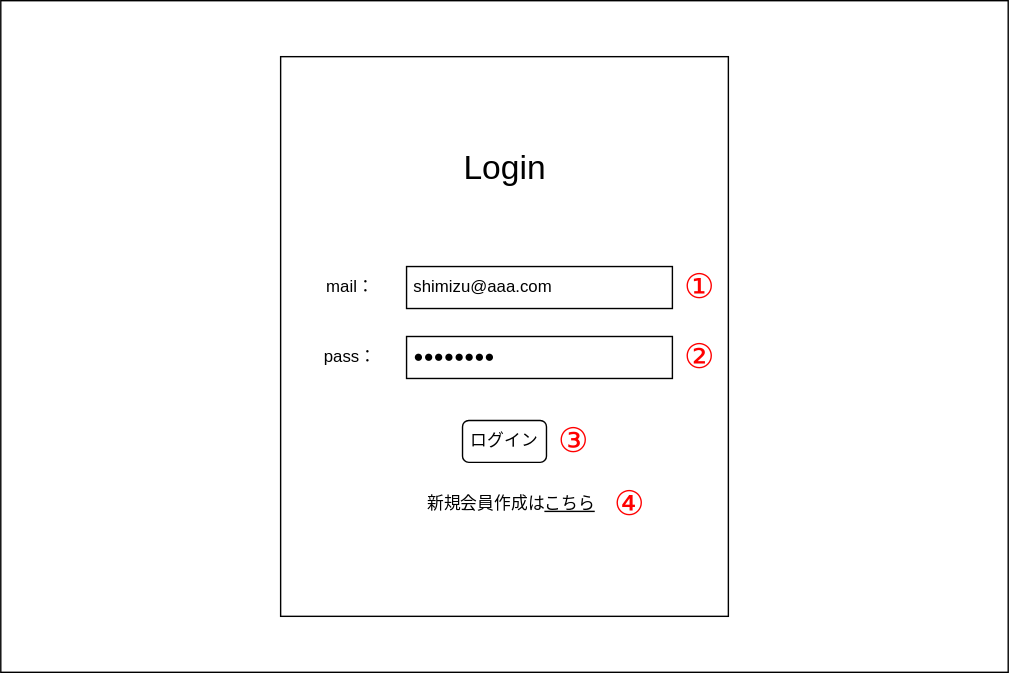
This is documents/20_外部設計/image/G001_ログイン画面.svg from la-java-silicon-2021/shopping-doc, a draw.io export, as it was before one commit. Source tidied: cells renumbered, new cells last; positions are measured from the earlier drawing's top-left corner, leaving out a move shared by most shapes.
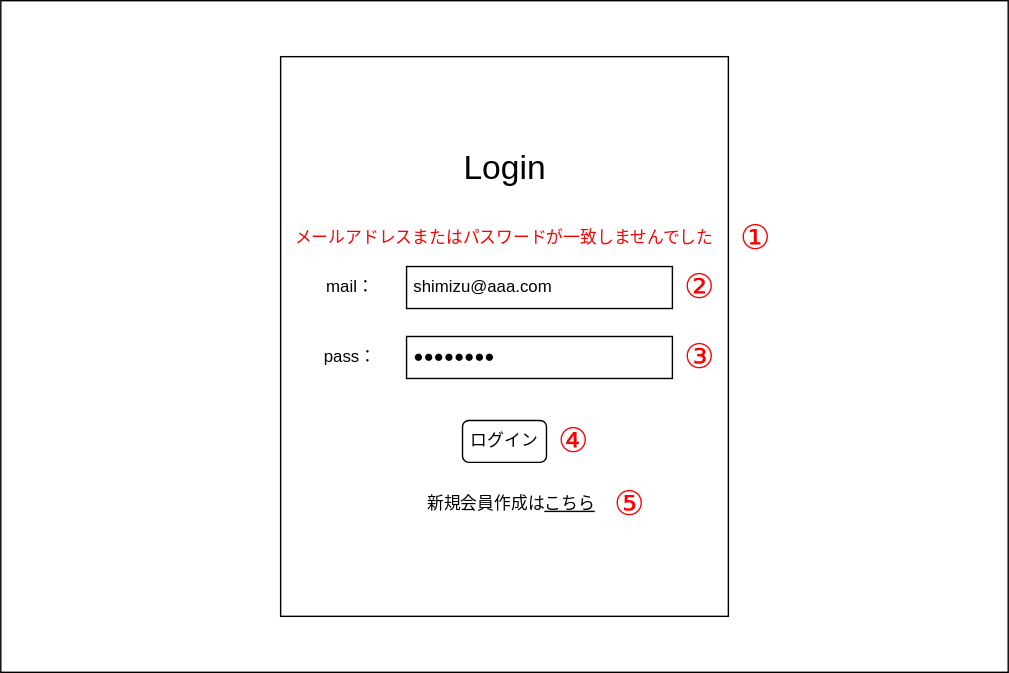
The same diagram one commit later.

Commit message:
G001_ログイン画面.svg を更新します

Change to the diagram source:
```diff
@@ -29,17 +29,23 @@
     <mxCell id="10" value="新規会員作成は&lt;u&gt;こちら&lt;/u&gt;" style="text;html=1;strokeColor=none;fillColor=none;align=center;verticalAlign=middle;whiteSpace=wrap;rounded=0;" parent="1" vertex="1">
       <mxGeometry x="290" y="350" width="150" height="20" as="geometry" />
     </mxCell>
-    <mxCell id="11" value="&lt;font style=&quot;font-size: 24px&quot; color=&quot;#ff0000&quot;&gt;①&lt;/font&gt;" style="text;html=1;strokeColor=none;fillColor=none;align=center;verticalAlign=middle;whiteSpace=wrap;rounded=0;" parent="1" vertex="1">
+    <mxCell id="11" value="&lt;font style=&quot;font-size: 24px&quot; color=&quot;#ff0000&quot;&gt;②&lt;/font&gt;" style="text;html=1;strokeColor=none;fillColor=none;align=center;verticalAlign=middle;whiteSpace=wrap;rounded=0;" parent="1" vertex="1">
       <mxGeometry x="480" y="195" width="40" height="20" as="geometry" />
     </mxCell>
-    <mxCell id="12" value="&lt;font style=&quot;font-size: 24px&quot; color=&quot;#ff0000&quot;&gt;②&lt;/font&gt;" style="text;html=1;strokeColor=none;fillColor=none;align=center;verticalAlign=middle;whiteSpace=wrap;rounded=0;" parent="1" vertex="1">
+    <mxCell id="12" value="&lt;font style=&quot;font-size: 24px&quot; color=&quot;#ff0000&quot;&gt;③&lt;/font&gt;" style="text;html=1;strokeColor=none;fillColor=none;align=center;verticalAlign=middle;whiteSpace=wrap;rounded=0;" parent="1" vertex="1">
       <mxGeometry x="480" y="245" width="40" height="20" as="geometry" />
     </mxCell>
-    <mxCell id="13" value="&lt;font style=&quot;font-size: 24px&quot; color=&quot;#ff0000&quot;&gt;③&lt;/font&gt;" style="text;html=1;strokeColor=none;fillColor=none;align=center;verticalAlign=middle;whiteSpace=wrap;rounded=0;" parent="1" vertex="1">
+    <mxCell id="13" value="&lt;font style=&quot;font-size: 24px&quot; color=&quot;#ff0000&quot;&gt;④&lt;/font&gt;" style="text;html=1;strokeColor=none;fillColor=none;align=center;verticalAlign=middle;whiteSpace=wrap;rounded=0;" parent="1" vertex="1">
       <mxGeometry x="390" y="305" width="40" height="20" as="geometry" />
     </mxCell>
-    <mxCell id="14" value="&lt;font style=&quot;font-size: 24px&quot; color=&quot;#ff0000&quot;&gt;④&lt;/font&gt;" style="text;html=1;strokeColor=none;fillColor=none;align=center;verticalAlign=middle;whiteSpace=wrap;rounded=0;" parent="1" vertex="1">
+    <mxCell id="14" value="&lt;font style=&quot;font-size: 24px&quot; color=&quot;#ff0000&quot;&gt;⑤&lt;/font&gt;" style="text;html=1;strokeColor=none;fillColor=none;align=center;verticalAlign=middle;whiteSpace=wrap;rounded=0;" parent="1" vertex="1">
       <mxGeometry x="430" y="350" width="40" height="20" as="geometry" />
     </mxCell>
+    <mxCell id="15" value="&lt;font color=&quot;#ff0000&quot;&gt;メールアドレスまたはパスワードが一致しませんでした&lt;/font&gt;" style="text;html=1;strokeColor=none;fillColor=none;align=center;verticalAlign=middle;whiteSpace=wrap;rounded=0;" parent="1" vertex="1">
+      <mxGeometry x="200" y="160" width="320" height="20" as="geometry" />
+    </mxCell>
+    <mxCell id="16" value="&lt;font style=&quot;font-size: 24px&quot; color=&quot;#ff0000&quot;&gt;①&lt;/font&gt;" style="text;html=1;strokeColor=none;fillColor=none;align=center;verticalAlign=middle;whiteSpace=wrap;rounded=0;" parent="1" vertex="1">
+      <mxGeometry x="520" y="160" width="40" height="20" as="geometry" />
+    </mxCell>
   </root>
 </mxGraphModel>
```
